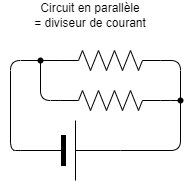
The draw.io diagram docs/images/current-divider.drawio.png in physcrowley/Robotique, before a commit. Source tidied: cells renumbered, new cells last; positions are measured from the earlier drawing's top-left corner, leaving out a move shared by most shapes.
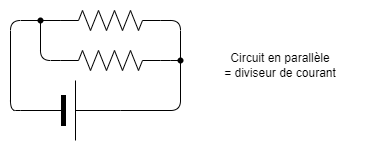
After the commit.

The edit, as a diff of the source:
```diff
@@ -2,6 +2,9 @@
   <root>
     <mxCell id="0" />
     <mxCell id="1" parent="0" />
+    <mxCell id="14" style="rounded=1;whiteSpace=wrap;html=1;strokeColor=none;" parent="1" vertex="1">
+      <mxGeometry y="40" width="350" height="150" as="geometry" />
+    </mxCell>
     <mxCell id="2" style="edgeStyle=orthogonalEdgeStyle;html=1;exitX=0;exitY=0.5;exitDx=0;exitDy=0;exitPerimeter=0;entryX=0;entryY=0.5;entryDx=0;entryDy=0;entryPerimeter=0;endArrow=none;endFill=0;" parent="1" edge="1" source="3" target="6">
       <mxGeometry relative="1" as="geometry" />
     </mxCell>
@@ -26,7 +29,7 @@
       <mxGeometry x="60" y="50" width="100" height="20" as="geometry" />
     </mxCell>
     <mxCell id="7" value="Circuit en parallèle&lt;br&gt;= diviseur de courant" style="text;html=1;strokeColor=none;fillColor=none;align=center;verticalAlign=middle;whiteSpace=wrap;rounded=0;" parent="1" vertex="1">
-      <mxGeometry width="180" height="30" as="geometry" />
+      <mxGeometry x="190" y="90" width="180" height="30" as="geometry" />
     </mxCell>
     <mxCell id="8" style="edgeStyle=orthogonalEdgeStyle;html=1;exitX=0;exitY=0.5;exitDx=0;exitDy=0;exitPerimeter=0;entryX=0.35;entryY=0.75;entryDx=0;entryDy=0;entryPerimeter=0;endArrow=none;endFill=0;" parent="1" edge="1" source="9" target="11">
       <mxGeometry relative="1" as="geometry" />
```
